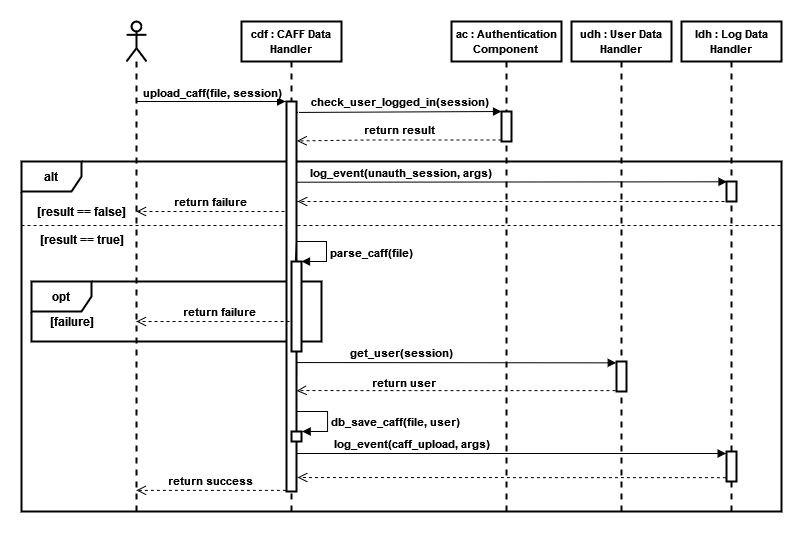
Before: Documentation/Sequence diagrams/Sequence_CAFF_Upload.png, a diagram exported from draw.io (nemkrisz11/Computer-Security-Homework-2021-SHAjt). Source tidied: cells renumbered, new cells last; positions are measured from the earlier drawing's top-left corner, leaving out a move shared by most shapes.
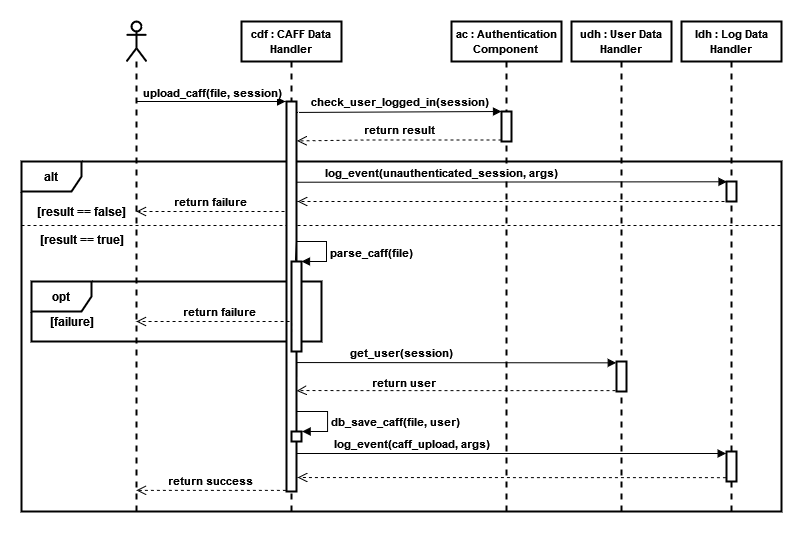
The same file after the commit.

Commit message:
Update CAFF_Upload & CAFF_Search

Change to the diagram source:
```diff
@@ -140,11 +140,12 @@
         </Array>
       </mxGeometry>
     </mxCell>
-    <mxCell id="29" value="&lt;b&gt;log_event(unauth_session, args)&lt;/b&gt;" style="html=1;verticalAlign=bottom;endArrow=block;rounded=0;fontSize=11;strokeWidth=1;entryX=0.051;entryY=0.014;entryDx=0;entryDy=0;entryPerimeter=0;exitX=0.977;exitY=0.207;exitDx=0;exitDy=0;exitPerimeter=0;edgeStyle=orthogonalEdgeStyle;" parent="1" edge="1" source="9" target="25">
-      <mxGeometry x="-0.51" relative="1" as="geometry">
+    <mxCell id="29" value="&lt;b&gt;log_event(unauthenticated_session, args)&lt;/b&gt;" style="html=1;verticalAlign=bottom;endArrow=block;rounded=0;fontSize=11;strokeWidth=1;entryX=0.051;entryY=0.014;entryDx=0;entryDy=0;entryPerimeter=0;exitX=0.977;exitY=0.207;exitDx=0;exitDy=0;exitPerimeter=0;edgeStyle=orthogonalEdgeStyle;" parent="1" edge="1" source="9" target="25">
+      <mxGeometry x="-0.33" relative="1" as="geometry">
         <Array as="points">
           <mxPoint x="276" y="161" />
         </Array>
+        <mxPoint x="1" as="offset" />
       </mxGeometry>
     </mxCell>
     <mxCell id="30" style="html=1;verticalAlign=bottom;endArrow=open;dashed=1;endSize=8;rounded=0;edgeStyle=orthogonalEdgeStyle;strokeWidth=1;" parent="1" edge="1" source="23">
```
